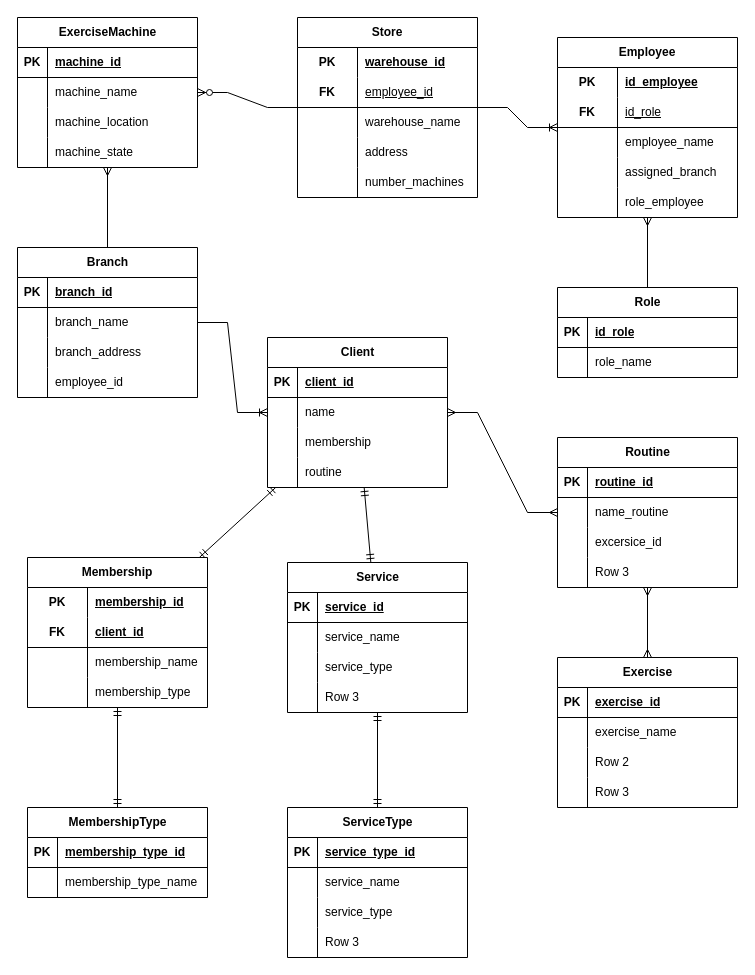
Before: Documentación/Diagrama lógico.drawio in MichaelMarinReyes/Fit-Manager, a draw.io diagram. Source tidied: cells renumbered, new cells numbered last; positions are measured from the earlier drawing's top-left corner, leaving out a move shared by most shapes. Both pictures are drawn from the tidied source at 100%, with x=0, y=0 at pixel (17, 17).
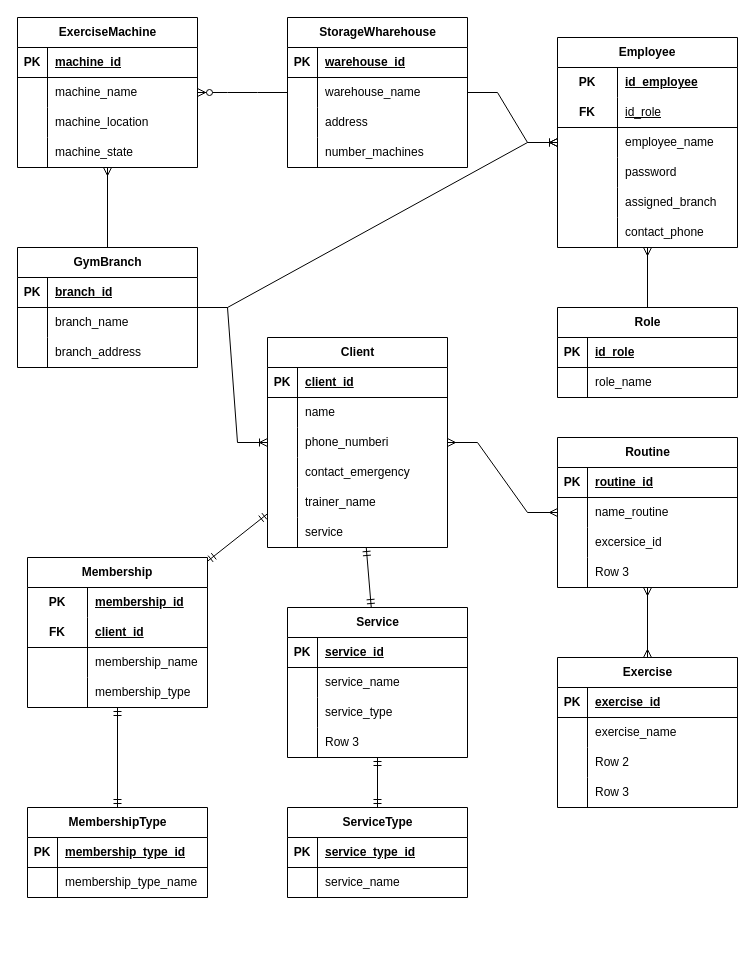
The same diagram, later.

Unchanged cells that the change refers to:
```xml
<mxCell id="2" value="ExerciseMachine" style="shape=table;startSize=30;childLayout=tableLayout;rowLines=0;fontStyle=1;align=center;html=1;" parent="1" vertex="1">
  <mxGeometry width="180" height="150" as="geometry" />
</mxCell>
<mxCell id="99" style="shape=tableRow;horizontal=0;startSize=0;swimlaneHead=0;swimlaneBody=0;fillColor=none;top=0;left=0;right=0;bottom=0;" parent="92" vertex="1">
  <mxGeometry y="90" width="180" height="30" as="geometry" />
</mxCell>
<mxCell id="102" style="shape=tableRow;horizontal=0;startSize=0;swimlaneHead=0;swimlaneBody=0;fillColor=none;top=0;left=0;right=0;bottom=0;" parent="92" vertex="1">
  <mxGeometry y="120" width="180" height="30" as="geometry" />
</mxCell>
```

The edit, as a diff of the source:
```diff
@@
-    <mxCell id="15" value="Store" style="shape=table;startSize=30;childLayout=tableLayout;rowLines=0;fontStyle=1;align=center;html=1;whiteSpace=wrap;" parent="1" vertex="1">
-      <mxGeometry x="280" width="180" height="180" as="geometry" />
-    </mxCell>
-    <mxCell id="16" style="shape=tableRow;horizontal=0;startSize=0;swimlaneHead=0;swimlaneBody=0;fillColor=none;top=0;left=0;right=0;bottom=0;html=1;" parent="15" vertex="1">
-      <mxGeometry y="30" width="180" height="30" as="geometry" />
-    </mxCell>
-    <mxCell id="17" value="PK" style="shape=partialRectangle;fillColor=none;top=0;left=0;bottom=0;right=0;fontStyle=1;overflow=hidden;html=1;whiteSpace=wrap;" parent="16" vertex="1">
-      <mxGeometry width="60" height="30" as="geometry" />
-    </mxCell>
-    <mxCell id="18" value="warehouse_id" style="shape=partialRectangle;fillColor=none;top=0;left=0;bottom=0;right=0;align=left;spacingLeft=6;fontStyle=5;overflow=hidden;html=1;whiteSpace=wrap;" parent="16" vertex="1">
-      <mxGeometry x="60" width="120" height="30" as="geometry" />
-    </mxCell>
-    <mxCell id="19" style="shape=tableRow;horizontal=0;startSize=0;swimlaneHead=0;swimlaneBody=0;fillColor=none;top=0;left=0;right=0;bottom=1;html=1;" parent="15" vertex="1">
-      <mxGeometry y="60" width="180" height="30" as="geometry" />
-    </mxCell>
-    <mxCell id="20" value="FK" style="shape=partialRectangle;fillColor=none;top=0;left=0;bottom=0;right=0;fontStyle=1;overflow=hidden;html=1;whiteSpace=wrap;" parent="19" vertex="1">
-      <mxGeometry width="60" height="30" as="geometry" />
-    </mxCell>
-    <mxCell id="21" value="&lt;span style=&quot;font-weight: 400;&quot;&gt;employee_id&lt;/span&gt;" style="shape=partialRectangle;fillColor=none;top=0;left=0;bottom=0;right=0;align=left;spacingLeft=6;fontStyle=5;overflow=hidden;html=1;whiteSpace=wrap;" parent="19" vertex="1">
-      <mxGeometry x="60" width="120" height="30" as="geometry" />
-    </mxCell>
-    <mxCell id="22" style="shape=tableRow;horizontal=0;startSize=0;swimlaneHead=0;swimlaneBody=0;fillColor=none;top=0;left=0;right=0;bottom=0;html=1;" parent="15" vertex="1">
-      <mxGeometry y="90" width="180" height="30" as="geometry" />
-    </mxCell>
-    <mxCell id="23" style="shape=partialRectangle;fillColor=none;top=0;left=0;bottom=0;right=0;overflow=hidden;html=1;whiteSpace=wrap;" parent="22" vertex="1">
-      <mxGeometry width="60" height="30" as="geometry" />
-    </mxCell>
-    <mxCell id="24" value="warehouse_name" style="shape=partialRectangle;fillColor=none;top=0;left=0;bottom=0;right=0;align=left;spacingLeft=6;overflow=hidden;html=1;whiteSpace=wrap;" parent="22" vertex="1">
-      <mxGeometry x="60" width="120" height="30" as="geometry" />
-    </mxCell>
-    <mxCell id="25" style="shape=tableRow;horizontal=0;startSize=0;swimlaneHead=0;swimlaneBody=0;fillColor=none;top=0;left=0;right=0;bottom=0;html=1;" parent="15" vertex="1">
-      <mxGeometry y="120" width="180" height="30" as="geometry" />
-    </mxCell>
-    <mxCell id="26" style="shape=partialRectangle;fillColor=none;top=0;left=0;bottom=0;right=0;overflow=hidden;html=1;whiteSpace=wrap;" parent="25" vertex="1">
-      <mxGeometry width="60" height="30" as="geometry" />
-    </mxCell>
-    <mxCell id="27" value="address" style="shape=partialRectangle;fillColor=none;top=0;left=0;bottom=0;right=0;align=left;spacingLeft=6;overflow=hidden;html=1;whiteSpace=wrap;" parent="25" vertex="1">
-      <mxGeometry x="60" width="120" height="30" as="geometry" />
-    </mxCell>
-    <mxCell id="28" style="shape=tableRow;horizontal=0;startSize=0;swimlaneHead=0;swimlaneBody=0;fillColor=none;top=0;left=0;right=0;bottom=0;html=1;" parent="15" vertex="1">
-      <mxGeometry y="150" width="180" height="30" as="geometry" />
-    </mxCell>
-    <mxCell id="29" style="shape=partialRectangle;fillColor=none;top=0;left=0;bottom=0;right=0;overflow=hidden;html=1;whiteSpace=wrap;" parent="28" vertex="1">
-      <mxGeometry width="60" height="30" as="geometry" />
-    </mxCell>
-    <mxCell id="30" value="number_machines" style="shape=partialRectangle;fillColor=none;top=0;left=0;bottom=0;right=0;align=left;spacingLeft=6;overflow=hidden;html=1;whiteSpace=wrap;" parent="28" vertex="1">
-      <mxGeometry x="60" width="120" height="30" as="geometry" />
-    </mxCell>
-    <mxCell id="31" style="edgeStyle=entityRelationEdgeStyle;fontSize=12;html=1;endArrow=ERzeroToMany;endFill=1;rounded=0;" parent="1" edge="1" source="15" target="2">
+    <mxCell id="31" style="edgeStyle=entityRelationEdgeStyle;fontSize=12;html=1;endArrow=ERzeroToMany;endFill=1;rounded=0;" parent="1" edge="1" source="172" target="2">
       <mxGeometry relative="1" as="geometry" />
     </mxCell>
     <mxCell id="32" value="Employee" style="shape=table;startSize=30;childLayout=tableLayout;rowLines=0;fontStyle=1;align=center;html=1;whiteSpace=wrap;" parent="1" vertex="1">
-      <mxGeometry x="540" y="20" width="180" height="180" as="geometry" />
+      <mxGeometry x="540" y="20" width="180" height="210" as="geometry" />
     </mxCell>
@@
+    <mxCell id="25" style="shape=tableRow;horizontal=0;startSize=0;swimlaneHead=0;swimlaneBody=0;fillColor=none;top=0;left=0;right=0;bottom=0;html=1;" parent="32" vertex="1">
+      <mxGeometry y="120" width="180" height="30" as="geometry" />
+    </mxCell>
+    <mxCell id="163" style="shape=partialRectangle;fillColor=none;top=0;left=0;bottom=0;right=0;overflow=hidden;html=1;whiteSpace=wrap;" parent="25" vertex="1">
+      <mxGeometry width="60" height="30" as="geometry" />
+    </mxCell>
+    <mxCell id="164" value="password" style="shape=partialRectangle;fillColor=none;top=0;left=0;bottom=0;right=0;align=left;spacingLeft=6;overflow=hidden;html=1;whiteSpace=wrap;" parent="25" vertex="1">
+      <mxGeometry x="60" width="120" height="30" as="geometry" />
+    </mxCell>
     <mxCell id="42" style="shape=tableRow;horizontal=0;startSize=0;swimlaneHead=0;swimlaneBody=0;fillColor=none;top=0;left=0;right=0;bottom=0;html=1;" parent="32" vertex="1">
-      <mxGeometry y="120" width="180" height="30" as="geometry" />
+      <mxGeometry y="150" width="180" height="30" as="geometry" />
     </mxCell>
@@
     <mxCell id="45" style="shape=tableRow;horizontal=0;startSize=0;swimlaneHead=0;swimlaneBody=0;fillColor=none;top=0;left=0;right=0;bottom=0;html=1;" parent="32" vertex="1">
-      <mxGeometry y="150" width="180" height="30" as="geometry" />
+      <mxGeometry y="180" width="180" height="30" as="geometry" />
     </mxCell>
@@
-    <mxCell id="47" value="role_employee" style="shape=partialRectangle;fillColor=none;top=0;left=0;bottom=0;right=0;align=left;spacingLeft=6;overflow=hidden;html=1;whiteSpace=wrap;" parent="45" vertex="1">
+    <mxCell id="47" value="contact_phone" style="shape=partialRectangle;fillColor=none;top=0;left=0;bottom=0;right=0;align=left;spacingLeft=6;overflow=hidden;html=1;whiteSpace=wrap;" parent="45" vertex="1">
       <mxGeometry x="60" width="120" height="30" as="geometry" />
     </mxCell>
     <mxCell id="48" value="Role" style="shape=table;startSize=30;childLayout=tableLayout;rowLines=0;fontStyle=1;align=center;html=1;" parent="1" vertex="1">
-      <mxGeometry x="540" y="270" width="180" height="90" as="geometry" />
+      <mxGeometry x="540" y="290" width="180" height="90" as="geometry" />
     </mxCell>
@@
-    <mxCell id="56" style="edgeStyle=entityRelationEdgeStyle;fontSize=12;html=1;endArrow=ERoneToMany;rounded=0;" parent="1" edge="1" source="15" target="32">
+    <mxCell id="56" style="edgeStyle=entityRelationEdgeStyle;fontSize=12;html=1;endArrow=ERoneToMany;rounded=0;" parent="1" edge="1" source="172" target="32">
       <mxGeometry relative="1" as="geometry" />
     </mxCell>
-    <mxCell id="57" value="Branch" style="shape=table;startSize=30;childLayout=tableLayout;rowLines=0;fontStyle=1;align=center;html=1;" parent="1" vertex="1">
-      <mxGeometry y="230" width="180" height="150" as="geometry" />
+    <mxCell id="57" value="GymBranch" style="shape=table;startSize=30;childLayout=tableLayout;rowLines=0;fontStyle=1;align=center;html=1;" parent="1" vertex="1">
+      <mxGeometry y="230" width="180" height="120" as="geometry" />
     </mxCell>
@@
-    <mxCell id="67" style="shape=tableRow;horizontal=0;startSize=0;swimlaneHead=0;swimlaneBody=0;fillColor=none;top=0;left=0;right=0;bottom=0;" parent="57" vertex="1">
-      <mxGeometry y="120" width="180" height="30" as="geometry" />
-    </mxCell>
-    <mxCell id="68" style="shape=partialRectangle;fillColor=none;top=0;left=0;bottom=0;right=0;overflow=hidden;whiteSpace=wrap;html=1;" parent="67" vertex="1">
-      <mxGeometry width="30" height="30" as="geometry" />
-    </mxCell>
-    <mxCell id="69" value="employee_id" style="shape=partialRectangle;fillColor=none;top=0;left=0;bottom=0;right=0;align=left;spacingLeft=6;overflow=hidden;whiteSpace=wrap;html=1;" parent="67" vertex="1">
-      <mxGeometry x="30" width="150" height="30" as="geometry" />
-    </mxCell>
@@
     <mxCell id="92" value="Client" style="shape=table;startSize=30;childLayout=tableLayout;rowLines=0;fontStyle=1;align=center;html=1;" parent="1" vertex="1">
-      <mxGeometry x="250" y="320" width="180" height="150" as="geometry" />
+      <mxGeometry x="250" y="320" width="180" height="210" as="geometry" />
     </mxCell>
@@
-    <mxCell id="101" value="membership" style="shape=partialRectangle;fillColor=none;top=0;left=0;bottom=0;right=0;align=left;spacingLeft=6;overflow=hidden;whiteSpace=wrap;html=1;" parent="99" vertex="1">
+    <mxCell id="101" value="phone_numberi&lt;span style=&quot;white-space: pre;&quot;&gt;&#9;&lt;/span&gt;" style="shape=partialRectangle;fillColor=none;top=0;left=0;bottom=0;right=0;align=left;spacingLeft=6;overflow=hidden;whiteSpace=wrap;html=1;" parent="99" vertex="1">
       <mxGeometry x="30" width="150" height="30" as="geometry" />
     </mxCell>
@@
-    <mxCell id="104" value="routine" style="shape=partialRectangle;fillColor=none;top=0;left=0;bottom=0;right=0;align=left;spacingLeft=6;overflow=hidden;whiteSpace=wrap;html=1;" parent="102" vertex="1">
+    <mxCell id="104" value="contact_emergency" style="shape=partialRectangle;fillColor=none;top=0;left=0;bottom=0;right=0;align=left;spacingLeft=6;overflow=hidden;whiteSpace=wrap;html=1;" parent="102" vertex="1">
       <mxGeometry x="30" width="150" height="30" as="geometry" />
     </mxCell>
+    <mxCell id="165" style="shape=tableRow;horizontal=0;startSize=0;swimlaneHead=0;swimlaneBody=0;fillColor=none;top=0;left=0;right=0;bottom=0;" parent="92" vertex="1">
+      <mxGeometry y="150" width="180" height="30" as="geometry" />
+    </mxCell>
+    <mxCell id="166" style="shape=partialRectangle;fillColor=none;top=0;left=0;bottom=0;right=0;overflow=hidden;whiteSpace=wrap;html=1;" parent="165" vertex="1">
+      <mxGeometry width="30" height="30" as="geometry" />
+    </mxCell>
+    <mxCell id="167" value="trainer_name" style="shape=partialRectangle;fillColor=none;top=0;left=0;bottom=0;right=0;align=left;spacingLeft=6;overflow=hidden;whiteSpace=wrap;html=1;" parent="165" vertex="1">
+      <mxGeometry x="30" width="150" height="30" as="geometry" />
+    </mxCell>
+    <mxCell id="168" style="shape=tableRow;horizontal=0;startSize=0;swimlaneHead=0;swimlaneBody=0;fillColor=none;top=0;left=0;right=0;bottom=0;" parent="92" vertex="1">
+      <mxGeometry y="180" width="180" height="30" as="geometry" />
+    </mxCell>
+    <mxCell id="169" style="shape=partialRectangle;fillColor=none;top=0;left=0;bottom=0;right=0;overflow=hidden;whiteSpace=wrap;html=1;" parent="168" vertex="1">
+      <mxGeometry width="30" height="30" as="geometry" />
+    </mxCell>
+    <mxCell id="170" value="service" style="shape=partialRectangle;fillColor=none;top=0;left=0;bottom=0;right=0;align=left;spacingLeft=6;overflow=hidden;whiteSpace=wrap;html=1;" parent="168" vertex="1">
+      <mxGeometry x="30" width="150" height="30" as="geometry" />
+    </mxCell>
@@
     <mxCell id="135" value="Service" style="shape=table;startSize=30;childLayout=tableLayout;rowLines=0;fontStyle=1;align=center;html=1;" parent="1" vertex="1">
-      <mxGeometry x="270" y="545" width="180" height="150" as="geometry" />
+      <mxGeometry x="270" y="590" width="180" height="150" as="geometry" />
     </mxCell>
@@
     <mxCell id="149" value="ServiceType" style="shape=table;startSize=30;childLayout=tableLayout;rowLines=0;fontStyle=1;align=center;html=1;" parent="1" vertex="1">
-      <mxGeometry x="270" y="790" width="180" height="150" as="geometry" />
+      <mxGeometry x="270" y="790" width="180" height="90" as="geometry" />
     </mxCell>
@@
+    <mxCell id="162" style="fontSize=12;html=1;endArrow=ERmandOne;startArrow=ERmandOne;rounded=0;" parent="1" edge="1" source="135" target="149">
+      <mxGeometry relative="1" as="geometry" />
+    </mxCell>
+    <mxCell id="171" style="edgeStyle=entityRelationEdgeStyle;fontSize=12;html=1;endArrow=ERoneToMany;rounded=0;" parent="1" edge="1" source="57" target="32">
+      <mxGeometry relative="1" as="geometry" />
+    </mxCell>
+    <mxCell id="172" value="&lt;span style=&quot;text-wrap-mode: wrap;&quot;&gt;StorageWharehouse&lt;/span&gt;" style="shape=table;startSize=30;childLayout=tableLayout;rowLines=0;fontStyle=1;align=center;html=1;" parent="1" vertex="1">
+      <mxGeometry x="270" width="180" height="150" as="geometry" />
+    </mxCell>
+    <mxCell id="173" style="shape=tableRow;horizontal=0;startSize=0;swimlaneHead=0;swimlaneBody=0;fillColor=none;top=0;left=0;right=0;bottom=1;" parent="172" vertex="1">
+      <mxGeometry y="30" width="180" height="30" as="geometry" />
+    </mxCell>
+    <mxCell id="17" value="PK" style="shape=partialRectangle;fillColor=none;top=0;left=0;bottom=0;right=0;fontStyle=1;overflow=hidden;whiteSpace=wrap;html=1;" parent="173" vertex="1">
+      <mxGeometry width="30" height="30" as="geometry" />
+    </mxCell>
+    <mxCell id="18" value="warehouse_id" style="shape=partialRectangle;fillColor=none;top=0;left=0;bottom=0;right=0;align=left;spacingLeft=6;fontStyle=5;overflow=hidden;whiteSpace=wrap;html=1;" parent="173" vertex="1">
+      <mxGeometry x="30" width="150" height="30" as="geometry" />
+    </mxCell>
+    <mxCell id="174" style="shape=tableRow;horizontal=0;startSize=0;swimlaneHead=0;swimlaneBody=0;fillColor=none;top=0;left=0;right=0;bottom=0;" parent="172" vertex="1">
+      <mxGeometry y="60" width="180" height="30" as="geometry" />
+    </mxCell>
+    <mxCell id="175" style="shape=partialRectangle;fillColor=none;top=0;left=0;bottom=0;right=0;overflow=hidden;whiteSpace=wrap;html=1;" parent="174" vertex="1">
+      <mxGeometry width="30" height="30" as="geometry" />
+    </mxCell>
+    <mxCell id="24" value="warehouse_name" style="shape=partialRectangle;fillColor=none;top=0;left=0;bottom=0;right=0;align=left;spacingLeft=6;overflow=hidden;whiteSpace=wrap;html=1;" parent="174" vertex="1">
+      <mxGeometry x="30" width="150" height="30" as="geometry" />
+    </mxCell>
-    <mxCell id="156" style="shape=tableRow;horizontal=0;startSize=0;swimlaneHead=0;swimlaneBody=0;fillColor=none;top=0;left=0;right=0;bottom=0;" parent="149" vertex="1">
+    <mxCell id="156" style="shape=tableRow;horizontal=0;startSize=0;swimlaneHead=0;swimlaneBody=0;fillColor=none;top=0;left=0;right=0;bottom=0;" parent="172" vertex="1">
       <mxGeometry y="90" width="180" height="30" as="geometry" />
     </mxCell>
-    <mxCell id="157" style="shape=partialRectangle;fillColor=none;top=0;left=0;bottom=0;right=0;overflow=hidden;whiteSpace=wrap;html=1;" parent="156" vertex="1">
-      <mxGeometry width="30" height="30" as="geometry" />
-    </mxCell>
-    <mxCell id="158" value="service_type" style="shape=partialRectangle;fillColor=none;top=0;left=0;bottom=0;right=0;align=left;spacingLeft=6;overflow=hidden;whiteSpace=wrap;html=1;" parent="156" vertex="1">
-      <mxGeometry x="30" width="150" height="30" as="geometry" />
-    </mxCell>
-    <mxCell id="159" style="shape=tableRow;horizontal=0;startSize=0;swimlaneHead=0;swimlaneBody=0;fillColor=none;top=0;left=0;right=0;bottom=0;" parent="149" vertex="1">
-      <mxGeometry y="120" width="180" height="30" as="geometry" />
-    </mxCell>
-    <mxCell id="160" style="shape=partialRectangle;fillColor=none;top=0;left=0;bottom=0;right=0;overflow=hidden;whiteSpace=wrap;html=1;" parent="159" vertex="1">
-      <mxGeometry width="30" height="30" as="geometry" />
-    </mxCell>
-    <mxCell id="161" value="Row 3" style="shape=partialRectangle;fillColor=none;top=0;left=0;bottom=0;right=0;align=left;spacingLeft=6;overflow=hidden;whiteSpace=wrap;html=1;" parent="159" vertex="1">
-      <mxGeometry x="30" width="150" height="30" as="geometry" />
-    </mxCell>
-    <mxCell id="162" style="fontSize=12;html=1;endArrow=ERmandOne;startArrow=ERmandOne;rounded=0;" parent="1" edge="1" source="135" target="149">
-      <mxGeometry relative="1" as="geometry" />
-    </mxCell>
+    <mxCell id="176" style="shape=partialRectangle;fillColor=none;top=0;left=0;bottom=0;right=0;overflow=hidden;whiteSpace=wrap;html=1;" parent="156" vertex="1">
+      <mxGeometry width="30" height="30" as="geometry" />
+    </mxCell>
+    <mxCell id="27" value="address" style="shape=partialRectangle;fillColor=none;top=0;left=0;bottom=0;right=0;align=left;spacingLeft=6;overflow=hidden;whiteSpace=wrap;html=1;" parent="156" vertex="1">
+      <mxGeometry x="30" width="150" height="30" as="geometry" />
+    </mxCell>
+    <mxCell id="177" style="shape=tableRow;horizontal=0;startSize=0;swimlaneHead=0;swimlaneBody=0;fillColor=none;top=0;left=0;right=0;bottom=0;" parent="172" vertex="1">
+      <mxGeometry y="120" width="180" height="30" as="geometry" />
+    </mxCell>
+    <mxCell id="178" style="shape=partialRectangle;fillColor=none;top=0;left=0;bottom=0;right=0;overflow=hidden;whiteSpace=wrap;html=1;" parent="177" vertex="1">
+      <mxGeometry width="30" height="30" as="geometry" />
+    </mxCell>
+    <mxCell id="30" value="number_machines" style="shape=partialRectangle;fillColor=none;top=0;left=0;bottom=0;right=0;align=left;spacingLeft=6;overflow=hidden;whiteSpace=wrap;html=1;" parent="177" vertex="1">
+      <mxGeometry x="30" width="150" height="30" as="geometry" />
+    </mxCell>
```
